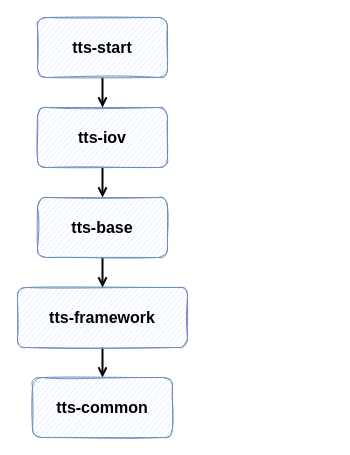
FangYuan33/transportation-track-system keeps this draw.io diagram as images/新tts依赖关系.drawio. Above is the earlier version. Source tidied: cells renumbered, new cells numbered last; positions are measured from the earlier drawing's top-left corner, leaving out a move shared by most shapes. Both pictures are drawn from the tidied source at 100%, with x=0, y=0 at pixel (17, 17).
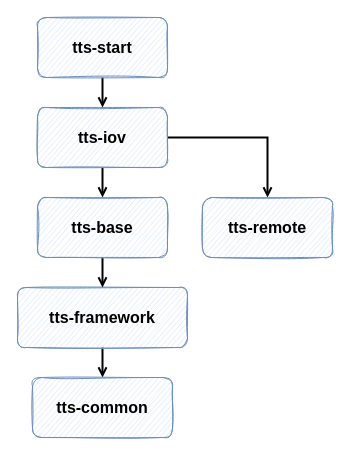
The same diagram, later.

Change to the diagram source:
```diff
@@
 <mxGraphModel>
   <root>
     <mxCell id="0" />
     <mxCell id="1" parent="0" />
     <mxCell id="2" style="edgeStyle=orthogonalEdgeStyle;rounded=0;jettySize=auto;html=1;strokeWidth=2;endArrow=open;endFill=0;" parent="1" edge="1" source="3" target="8">
       <mxGeometry relative="1" as="geometry" />
     </mxCell>
+    <mxCell id="11" style="edgeStyle=orthogonalEdgeStyle;rounded=0;jettySize=auto;html=1;exitX=1;exitY=0.5;exitDx=0;exitDy=0;entryX=0.5;entryY=0;entryDx=0;entryDy=0;strokeWidth=2;endArrow=open;endFill=0;" parent="1" edge="1" source="3" target="12">
+      <mxGeometry relative="1" as="geometry" />
+    </mxCell>
     <mxCell id="3" value="&lt;font style=&quot;font-size: 16px;&quot;&gt;&lt;b&gt;tts-iov&lt;/b&gt;&lt;/font&gt;" style="rounded=1;whiteSpace=wrap;html=1;sketch=1;fillColor=#dae8fc;strokeColor=#6c8ebf;" parent="1" vertex="1">
       <mxGeometry x="20" y="90" width="130" height="60" as="geometry" />
     </mxCell>
     <mxCell id="4" style="edgeStyle=orthogonalEdgeStyle;rounded=0;jettySize=auto;html=1;endArrow=open;endFill=0;strokeWidth=2;" parent="1" edge="1" source="5" target="6">
       <mxGeometry relative="1" as="geometry" />
     </mxCell>
     <mxCell id="5" value="&lt;font style=&quot;font-size: 16px;&quot;&gt;&lt;b&gt;tts-framework&lt;/b&gt;&lt;/font&gt;" style="rounded=1;whiteSpace=wrap;html=1;sketch=1;fillColor=#dae8fc;strokeColor=#6c8ebf;" parent="1" vertex="1">
       <mxGeometry y="270" width="170" height="60" as="geometry" />
     </mxCell>
     <mxCell id="6" value="&lt;font style=&quot;font-size: 16px;&quot;&gt;&lt;b&gt;tts-common&lt;/b&gt;&lt;/font&gt;" style="rounded=1;whiteSpace=wrap;html=1;sketch=1;fillColor=#dae8fc;strokeColor=#6c8ebf;" parent="1" vertex="1">
       <mxGeometry x="15" y="360" width="140" height="60" as="geometry" />
     </mxCell>
     <mxCell id="7" style="edgeStyle=orthogonalEdgeStyle;rounded=0;jettySize=auto;html=1;strokeWidth=2;endArrow=open;endFill=0;" parent="1" edge="1" source="8" target="5">
       <mxGeometry relative="1" as="geometry" />
     </mxCell>
     <mxCell id="8" value="&lt;font style=&quot;font-size: 16px;&quot;&gt;&lt;b&gt;tts-base&lt;/b&gt;&lt;/font&gt;" style="rounded=1;whiteSpace=wrap;html=1;sketch=1;fillColor=#dae8fc;strokeColor=#6c8ebf;" parent="1" vertex="1">
       <mxGeometry x="20" y="180" width="130" height="60" as="geometry" />
     </mxCell>
     <mxCell id="9" style="edgeStyle=orthogonalEdgeStyle;rounded=0;jettySize=auto;html=1;exitX=0.5;exitY=1;exitDx=0;exitDy=0;entryX=0.5;entryY=0;entryDx=0;entryDy=0;strokeWidth=2;endArrow=open;endFill=0;" parent="1" edge="1" source="10" target="3">
       <mxGeometry relative="1" as="geometry" />
     </mxCell>
     <mxCell id="10" value="&lt;font style=&quot;font-size: 16px;&quot;&gt;&lt;b&gt;tts-start&lt;/b&gt;&lt;/font&gt;" style="rounded=1;whiteSpace=wrap;html=1;sketch=1;fillColor=#dae8fc;strokeColor=#6c8ebf;" parent="1" vertex="1">
       <mxGeometry x="20" width="130" height="60" as="geometry" />
     </mxCell>
+    <mxCell id="12" value="&lt;font style=&quot;font-size: 16px;&quot;&gt;&lt;b&gt;tts-remote&lt;/b&gt;&lt;/font&gt;" style="rounded=1;whiteSpace=wrap;html=1;sketch=1;fillColor=#dae8fc;strokeColor=#6c8ebf;" parent="1" vertex="1">
+      <mxGeometry x="185" y="180" width="130" height="60" as="geometry" />
+    </mxCell>
   </root>
 </mxGraphModel>
```
